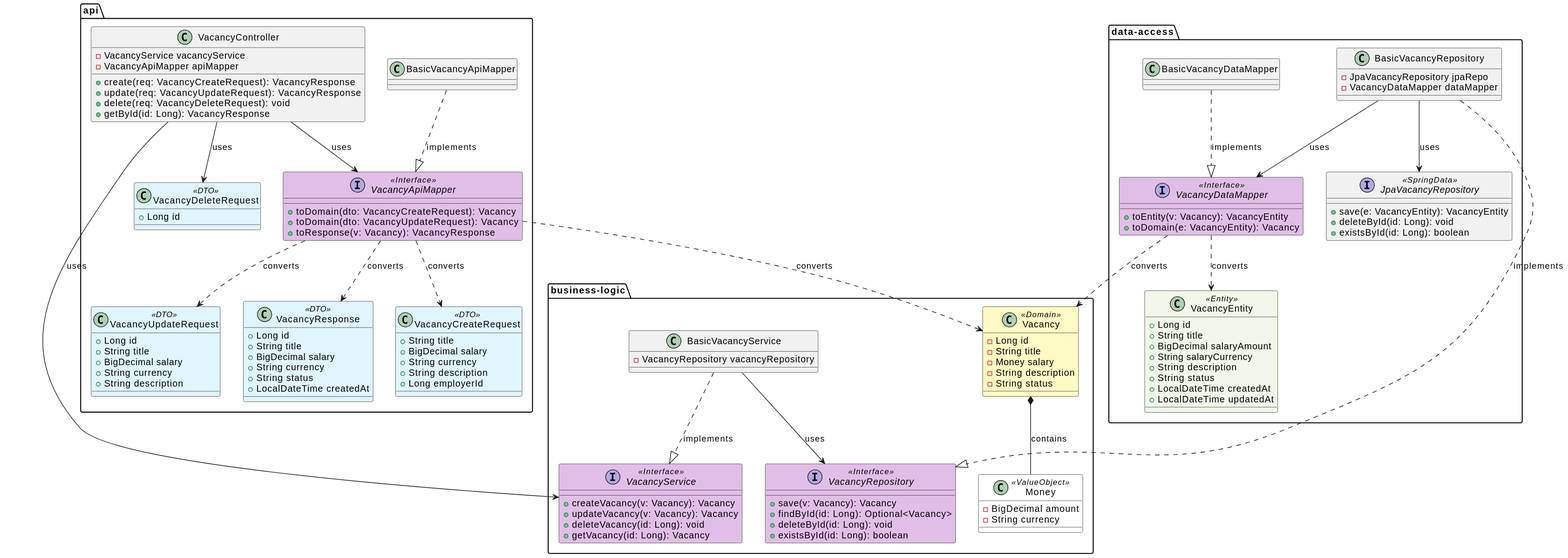
The PlantUML diagram docs/img/vacancy.svg in ofdun/JobFinder, before a commit.
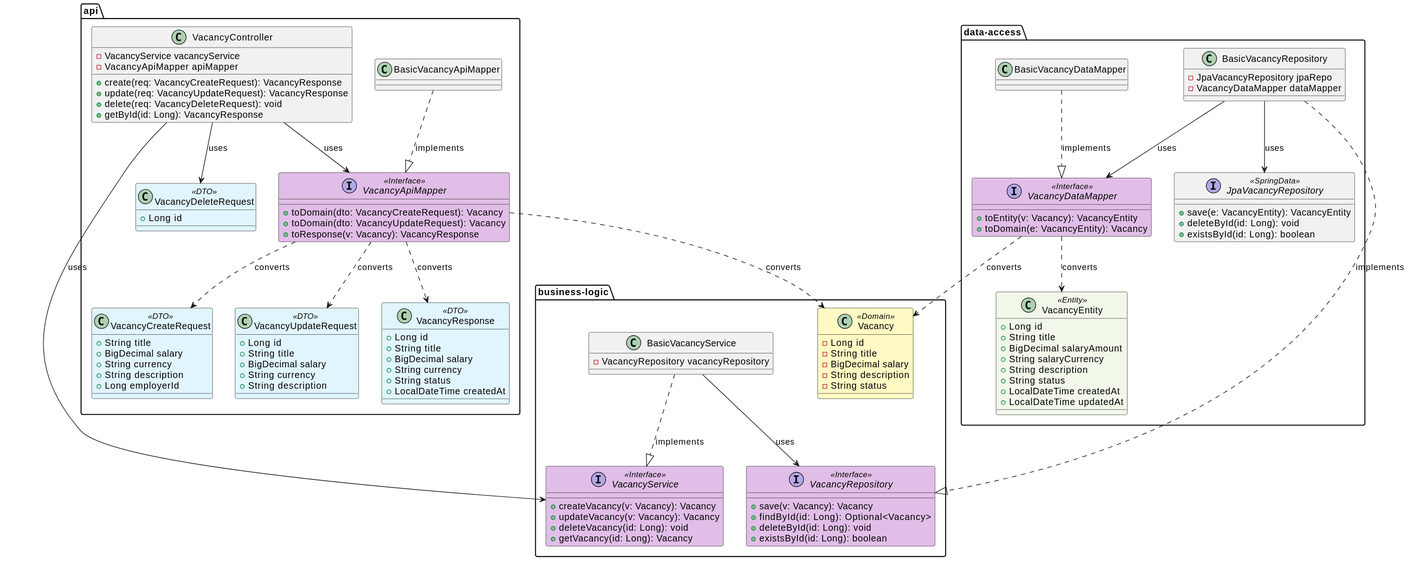
The same diagram one commit later.

What changed in the source:
```diff
@@ -78,14 +78,9 @@
     class Vacancy <<Domain>> {
         -Long id
         -String title
-        -Money salary
+        -BigDecimal salary
         -String description
         -String status
-    }
-
-    class Money <<ValueObject>> {
-        -BigDecimal amount
-        -String currency
     }
 }
 
@@ -141,6 +136,4 @@
 VacancyDataMapper ..> VacancyEntity : converts
 
 BasicVacancyDataMapper ..|> VacancyDataMapper : implements
-
-Vacancy *-- Money : contains
 @enduml
```
